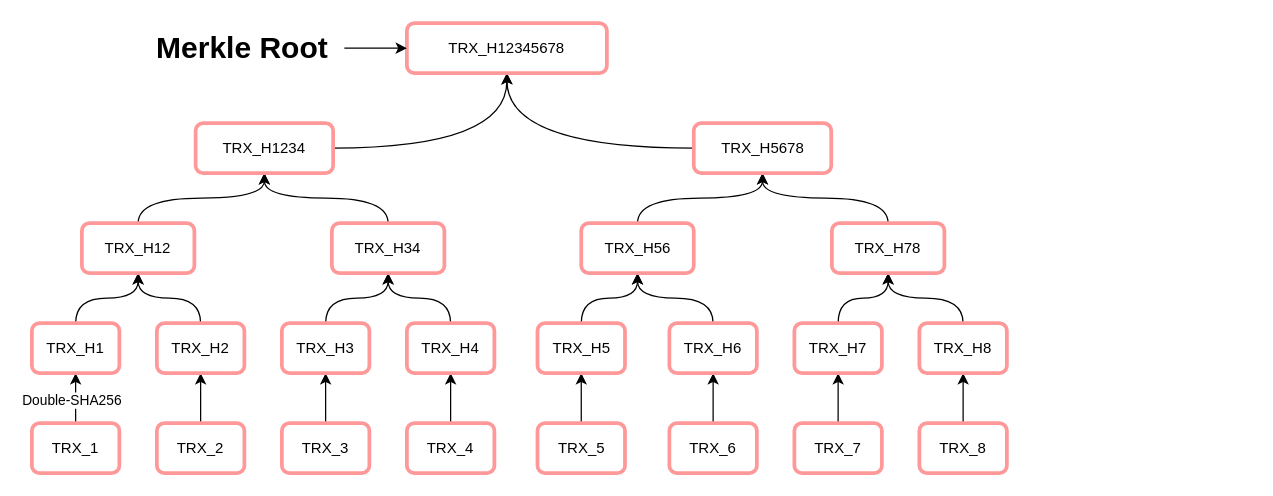
This is page "Merkle-Root" (3 of 3) of BlockChain/images/BlockChain.drawio from jalyshen/ToBeArchitect, a draw.io file, before an edit. Source tidied: cells renumbered, new cells numbered last; positions are measured from the earlier drawing's top-left corner, leaving out a move shared by most shapes. Both pictures are drawn from the tidied source at 125%, with x=0, y=0 at pixel (31, 22).
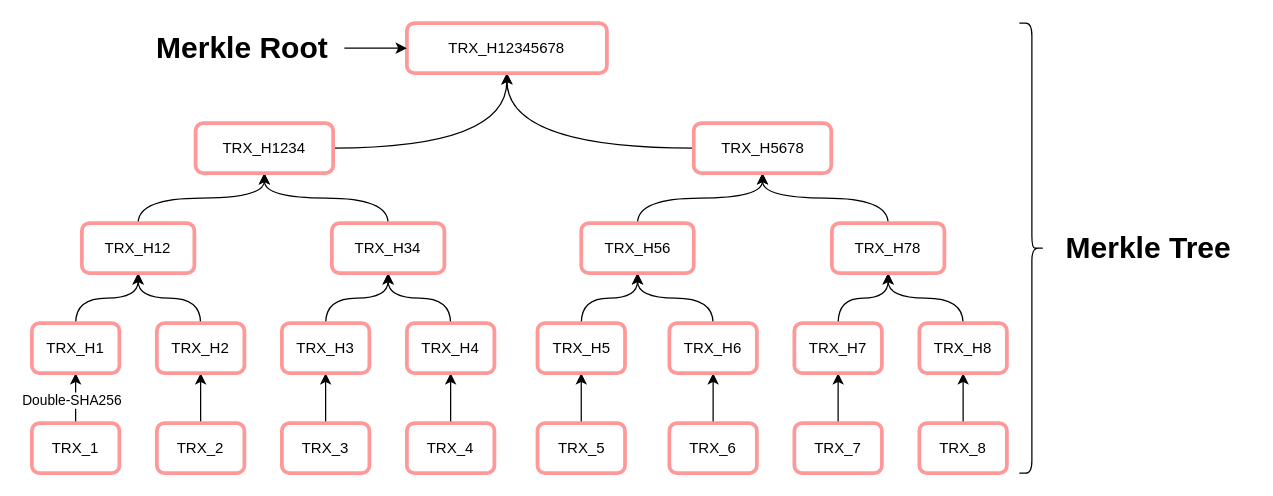
The same page after the edit.

Change to the diagram source:
```diff
@@
+    <mxCell id="50" style="shape=curlyBracket;whiteSpace=wrap;html=1;rounded=1;rotation=-180;" parent="1" vertex="1">
+      <mxGeometry x="790" width="20" height="360" as="geometry" />
+    </mxCell>
+    <mxCell id="51" value="Merkle Tree" style="text;strokeColor=none;fillColor=none;html=1;fontSize=24;fontStyle=1;verticalAlign=middle;align=center;" parent="1" vertex="1">
+      <mxGeometry x="810" y="160" width="165" height="40" as="geometry" />
+    </mxCell>
```
